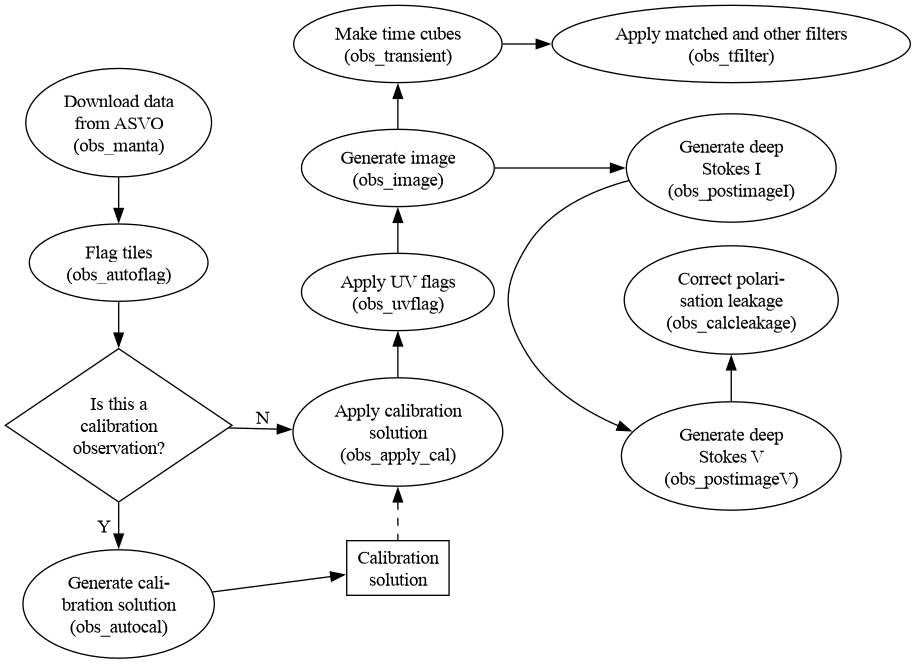
robotopia/MWA-Galactic-Plane-Monitoring keeps this Graphviz diagram as doc/images/processing_pipeline_overview.png. Above is the earlier version. Its source is kept beside it as doc/images/processing_pipeline_overview.dot.
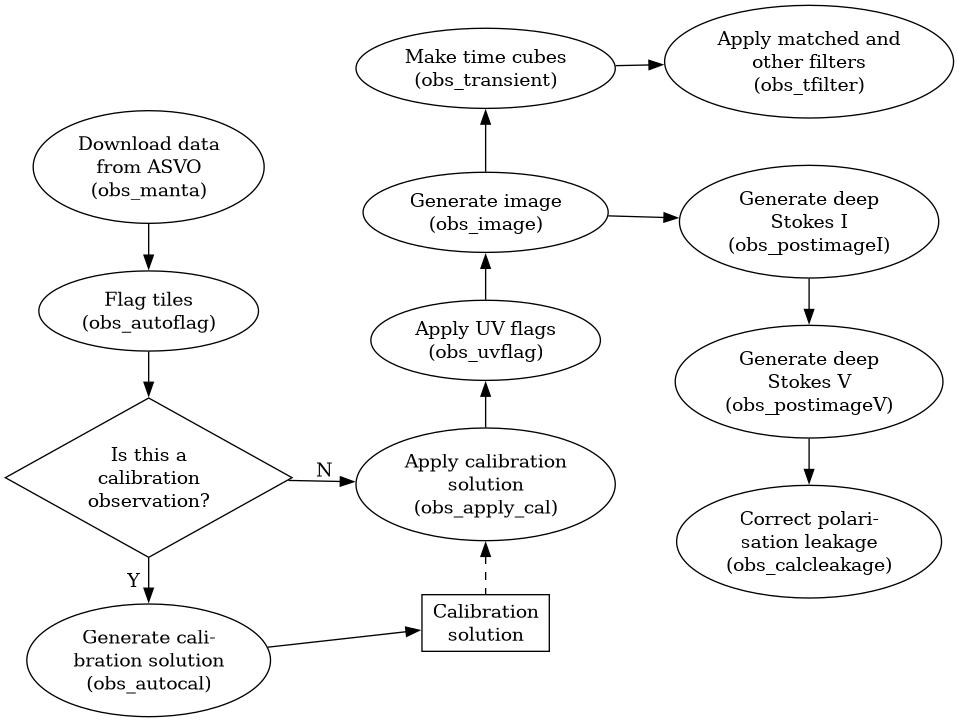
The same diagram one commit later.

Commit message:
Tweaked flowchart again

What changed in the source:
```diff
@@ -1,5 +1,15 @@
 digraph G {
   rankdir="LR";
+
+  subgraph cluster_0 {
+    style=filled;
+    color=lightgrey;
+    transient [label="Make time cubes\n(obs_transient)"];
+    tfilter [label="Apply matched and\nother filters\n(obs_tfilter)"];
+    transient -> tfilter;
+    label="Transients"
+  }
+
   is_cal [shape=diamond; label="Is this a\ncalibration\nobservation?"];
   postimageI [label="postimage-I"];
   postimageV [label="postimage-V"];
@@ -13,8 +23,6 @@
   postimageI [label="Generate deep\nStokes I\n(obs_postimageI)"];
   postimageV [label="Generate deep\nStokes V\n(obs_postimageV)"];
   calc_leakage [label="Correct polari-\nsation leakage\n(obs_calcleakage)"];
-  transient [label="Make time cubes\n(obs_transient)"];
-  tfilter [label="Apply matched and other filters\n(obs_tfilter)"];
 
   manta -> autoflag -> is_cal;
   is_cal -> autocal [label="Y"];
@@ -22,7 +30,7 @@
   image -> uvflag [dir=back];
   uvflag -> apply_cal [dir=back];
   transient -> image [dir=back];
-  transient -> tfilter;
+  tfilter -> postimageI [style=invis];
   image -> postimageI;
   postimageI -> postimageV;
   postimageV -> calc_leakage;
```
